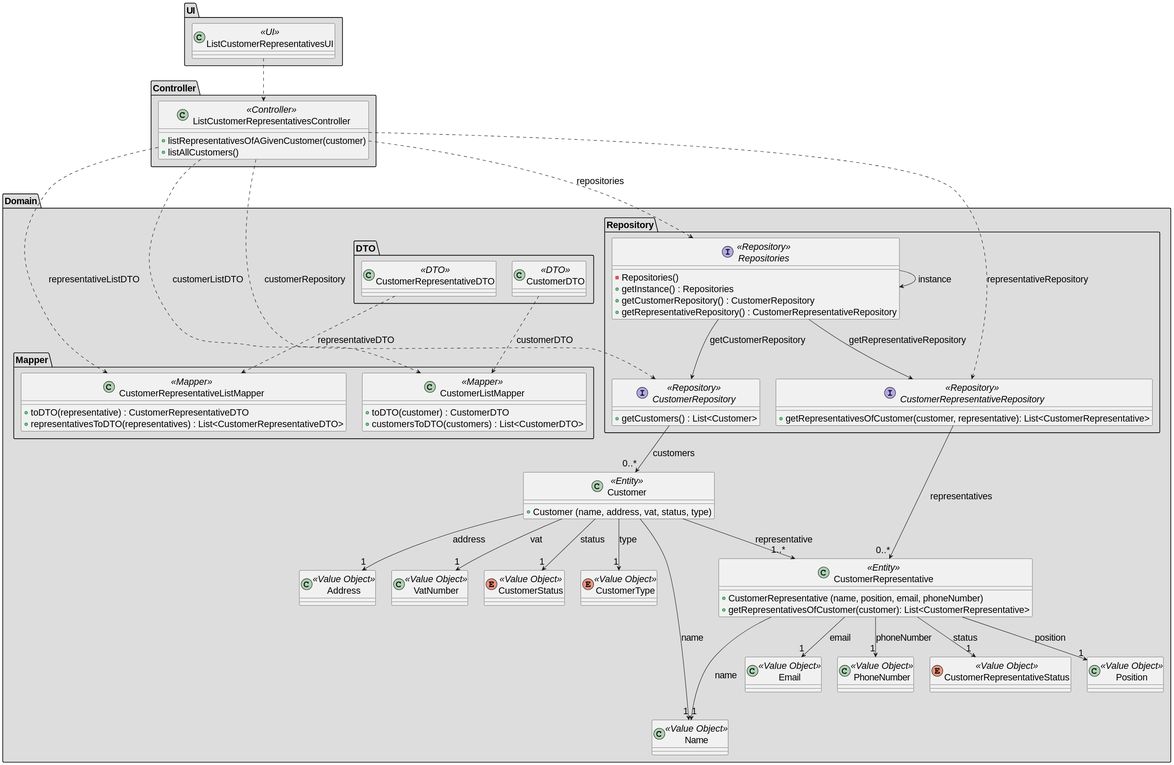
Before: docs/SPRINT_2/us222/images/class_diagram_us222.svg, a diagram exported from PlantUML (diogoveirospro/sem4pi-2024-2025-sem4pi_2024_2025_g44). The source it was exported from:
```plantuml
@startuml
skinparamlocked defaultFontSize 20

package "Domain" #DDDDDD {

    package "DTO" #DDDDDD {
        class CustomerDTO <<DTO>> {

        }

        class CustomerRepresentativeDTO <<DTO>> {

        }
    }

    package "Mapper" #DDDDDD {
        class CustomerListMapper <<Mapper>> {
            + toDTO(customer) : CustomerDTO
            + customersToDTO(customers) : List<CustomerDTO>
        }

        class CustomerRepresentativeListMapper <<Mapper>> {
            + toDTO(representative) : CustomerRepresentativeDTO
            + representativesToDTO(representatives) : List<CustomerRepresentativeDTO>
        }
    }

    package "Repository" #DDDDDD {
        Interface CustomerRepository <<Repository>> {
            + getCustomers() : List<Customer>
        }
        Interface CustomerRepresentativeRepository <<Repository>> {
            + getRepresentativesOfCustomer(customer, representative): List<CustomerRepresentative>
        }
        Interface Repositories <<Repository>> {
            - Repositories()
            + getInstance() : Repositories
            + getCustomerRepository() : CustomerRepository
            + getRepresentativeRepository() : CustomerRepresentativeRepository
        }
    }

    class Customer <<Entity>> {
        + Customer (name, address, vat, status, type)
    }
    class CustomerRepresentative <<Entity>> {
        + CustomerRepresentative (name, position, email, phoneNumber)
        + getRepresentativesOfCustomer(customer): List<CustomerRepresentative>
    }

    class Address <<Value Object>> {

    }
    class VatNumber <<Value Object>> {

    }
    enum CustomerStatus <<Value Object>> {

    }
    enum CustomerType <<Value Object>> {

    }
    class Position <<Value Object>> {

    }
    class Name <<Value Object>> {

    }
    class Email <<Value Object>> {

    }
    class PhoneNumber <<Value Object>> {

    }

    enum CustomerRepresentativeStatus <<Value Object>>{
    }
}

package "UI" #DDDDDD {
    class ListCustomerRepresentativesUI <<UI>> {

    }
}

package "Controller" #DDDDDD {
    class ListCustomerRepresentativesController <<Controller>> {
        + listRepresentativesOfAGivenCustomer(customer)
        + listAllCustomers()
    }
}

Customer --> "1..*" CustomerRepresentative : representative
Customer --> "1" VatNumber : vat
Customer --> "1" Address : address
Customer --> "1" CustomerStatus : status
Customer --> "1" CustomerType : type
Customer ----> "1" Name : name

CustomerRepresentative --> "1" Position : position
CustomerRepresentative --> "1" Name : name
CustomerRepresentative --> "1" Email : email
CustomerRepresentative --> "1" PhoneNumber : phoneNumber
CustomerRepresentative --> "1" CustomerRepresentativeStatus : status

Repositories --> Repositories : instance
Repositories --> CustomerRepository : getCustomerRepository
Repositories --> CustomerRepresentativeRepository : getRepresentativeRepository

CustomerRepository --> "0..*" Customer : customers

CustomerRepresentativeRepository --> "0..*" CustomerRepresentative : representatives

ListCustomerRepresentativesUI ..> ListCustomerRepresentativesController

ListCustomerRepresentativesController ..> Repositories : repositories
ListCustomerRepresentativesController ..> CustomerListMapper : customerListDTO
ListCustomerRepresentativesController ..> CustomerRepresentativeRepository : representativeRepository
ListCustomerRepresentativesController ..> CustomerRepository : customerRepository
ListCustomerRepresentativesController ..> CustomerRepresentativeListMapper : representativeListDTO

CustomerDTO ..> CustomerListMapper : customerDTO

CustomerRepresentativeDTO ..> CustomerRepresentativeListMapper : representativeDTO
@enduml
```
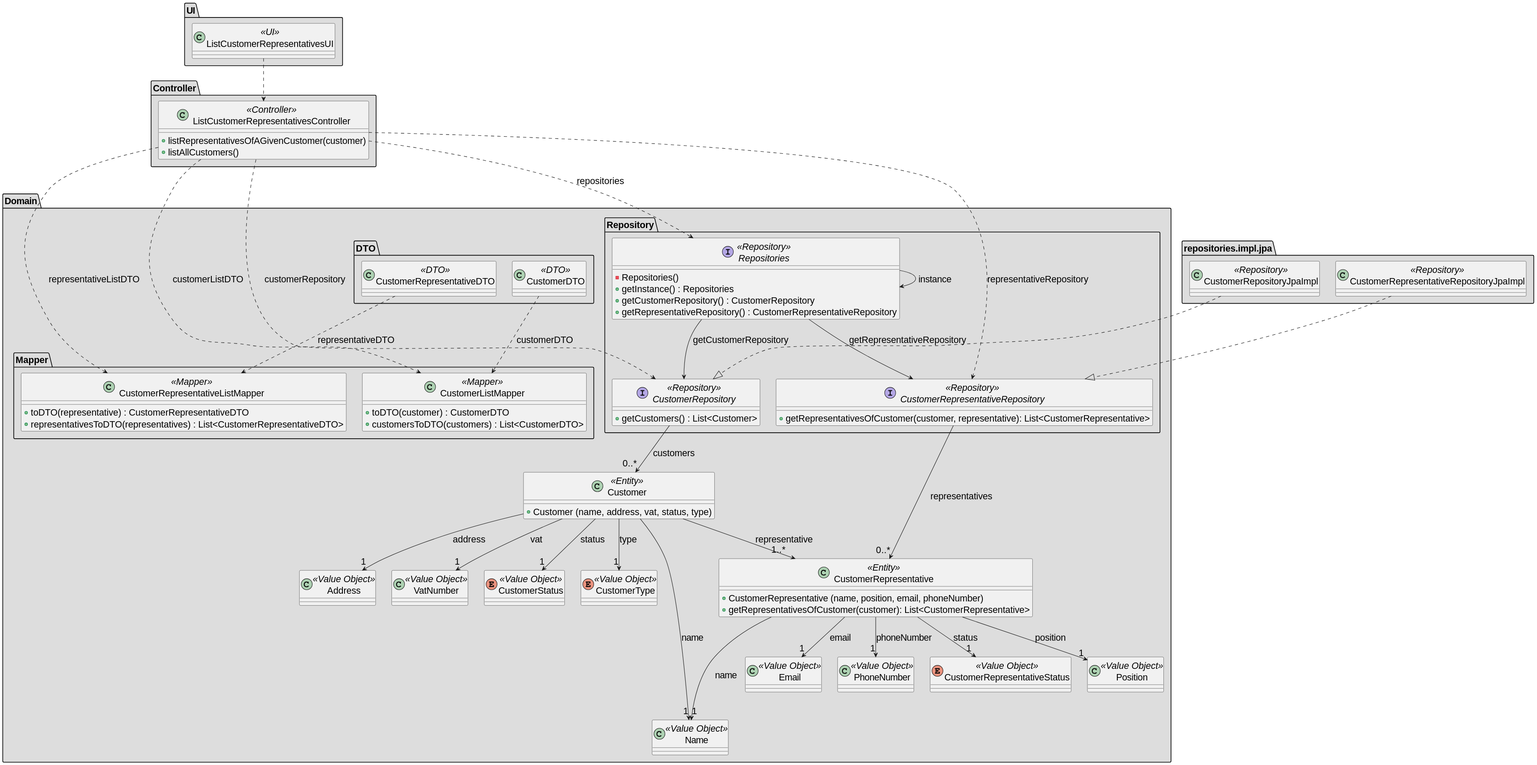
After the commit.

Commit message:
#16 #17 #18 #19 Added the jpa repositories to the diagram

Change to the diagram source:
```diff
@@ -1,5 +1,6 @@
 @startuml
 skinparamlocked defaultFontSize 20
+set separator none
 
 package "Domain" #DDDDDD {
 
@@ -90,6 +91,18 @@
     }
 }
 
+package "repositories.impl.jpa" #DDDDDD {
+    class CustomerRepositoryJpaImpl <<Repository>> {
+    }
+    class CustomerRepresentativeRepositoryJpaImpl <<Repository>> {
+    }
+}
+
+
+CustomerRepositoryJpaImpl ..|> CustomerRepository
+
+CustomerRepresentativeRepositoryJpaImpl ..|> CustomerRepresentativeRepository
+
 Customer --> "1..*" CustomerRepresentative : representative
 Customer --> "1" VatNumber : vat
 Customer --> "1" Address : address
```
